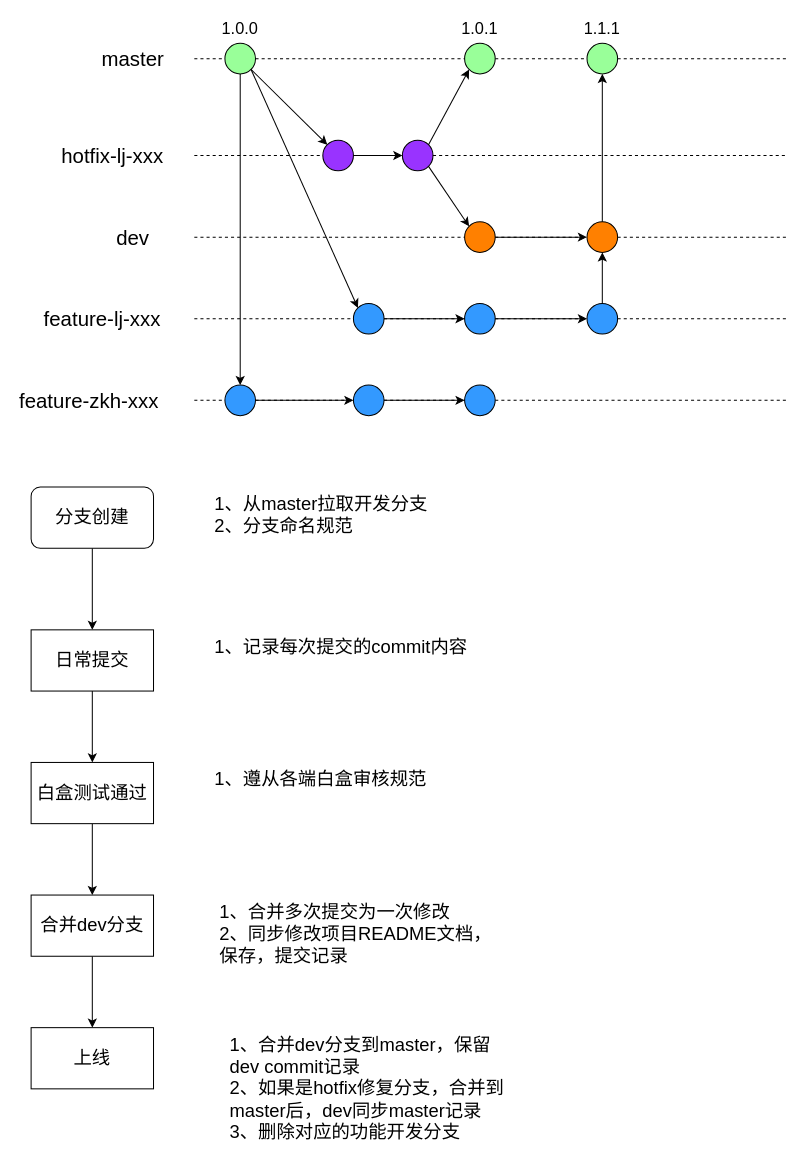
The draw.io diagram git流程规范.drawio in care526/draw.io.files, before the edit. Source tidied: cells renumbered, new cells numbered last; positions are measured from the earlier drawing's top-left corner, leaving out a move shared by most shapes. Both pictures are drawn from the tidied source at 102%, with x=0, y=0 at pixel (17, 17).
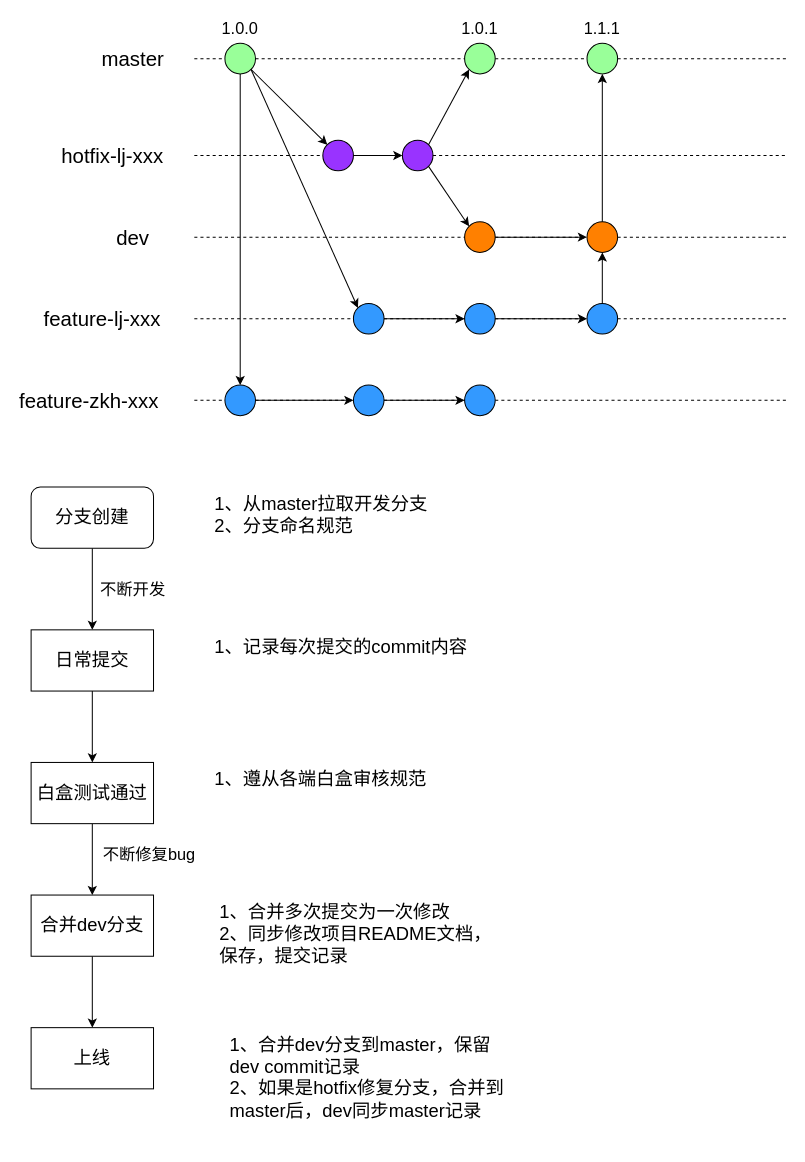
The same page after the edit.

Diff of the diagram source:
```diff
@@
-    <mxCell id="67" value="1、合并dev分支到master，保留dev commit记录&lt;br&gt;2、如果是hotfix修复分支，合并到master后，dev同步master记录&lt;br&gt;3、删除对应的功能开发分支" style="text;html=1;strokeColor=none;fillColor=none;align=left;verticalAlign=top;whiteSpace=wrap;rounded=0;fontSize=18;" parent="1" vertex="1">
+    <mxCell id="67" value="1、合并dev分支到master，保留dev commit记录&lt;br&gt;2、如果是hotfix修复分支，合并到master后，dev同步master记录" style="text;html=1;strokeColor=none;fillColor=none;align=left;verticalAlign=top;whiteSpace=wrap;rounded=0;fontSize=18;" parent="1" vertex="1">
       <mxGeometry x="205.5" y="990" width="277" height="60" as="geometry" />
     </mxCell>
+    <mxCell id="68" value="不断开发" style="text;html=1;strokeColor=none;fillColor=none;align=center;verticalAlign=middle;whiteSpace=wrap;rounded=0;fontSize=16;" parent="1" vertex="1">
+      <mxGeometry x="78" y="550" width="70" height="20" as="geometry" />
+    </mxCell>
+    <mxCell id="69" value="不断修复bug" style="text;html=1;strokeColor=none;fillColor=none;align=center;verticalAlign=middle;whiteSpace=wrap;rounded=0;fontSize=16;" parent="1" vertex="1">
+      <mxGeometry x="78" y="810" width="102" height="20" as="geometry" />
+    </mxCell>
```
